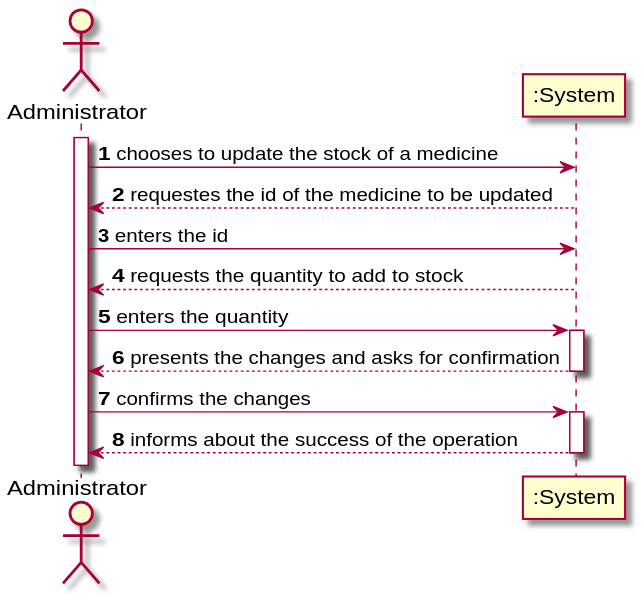
Earlier version of the PlantUML export Documents/UC8/UC8_SSD.svg (1190452/LAPR3). Source of this version:
```plantuml
@startuml
autonumber
actor "Administrator" as Admin

activate Admin
Admin -> ":System" : chooses to update the stock of a medicine
":System" --> Admin : requestes the id of the medicine to be updated
deactivate ":System"
Admin -> ":System" : enters the id
":System" --> Admin : requests the quantity to add to stock
deactivate ":System"
Admin -> ":System" : enters the quantity
activate ":System"
":System" --> Admin :  presents the changes and asks for confirmation
deactivate ":System"
Admin -> ":System" : confirms the changes
activate ":System"
":System" --> Admin :  informs about the success of the operation
deactivate ":System"
@enduml
```
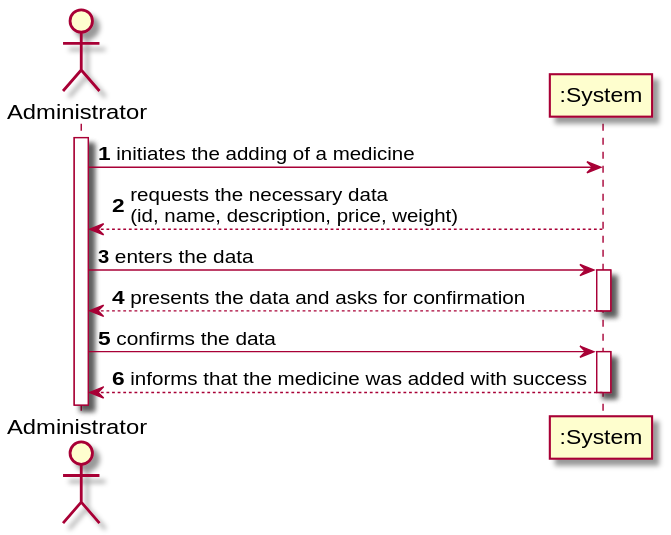
After the commit.

Diff of the diagram source:
```diff
@@ -3,18 +3,17 @@
 actor "Administrator" as Admin
 
 activate Admin
-Admin -> ":System" : chooses to update the stock of a medicine
-":System" --> Admin : requestes the id of the medicine to be updated
+Admin -> ":System" : initiates the adding of a medicine
+":System" --> Admin : requests the necessary data \n(id, name, description, price, weight)
 deactivate ":System"
-Admin -> ":System" : enters the id
-":System" --> Admin : requests the quantity to add to stock
+
+Admin -> ":System" : enters the data
+activate ":System"
+":System" --> Admin :  presents the data and asks for confirmation
 deactivate ":System"
-Admin -> ":System" : enters the quantity
+
+Admin -> ":System" : confirms the data
 activate ":System"
-":System" --> Admin :  presents the changes and asks for confirmation
-deactivate ":System"
-Admin -> ":System" : confirms the changes
-activate ":System"
-":System" --> Admin :  informs about the success of the operation
+":System" --> Admin : informs that the medicine was added with success
 deactivate ":System"
 @enduml
```
